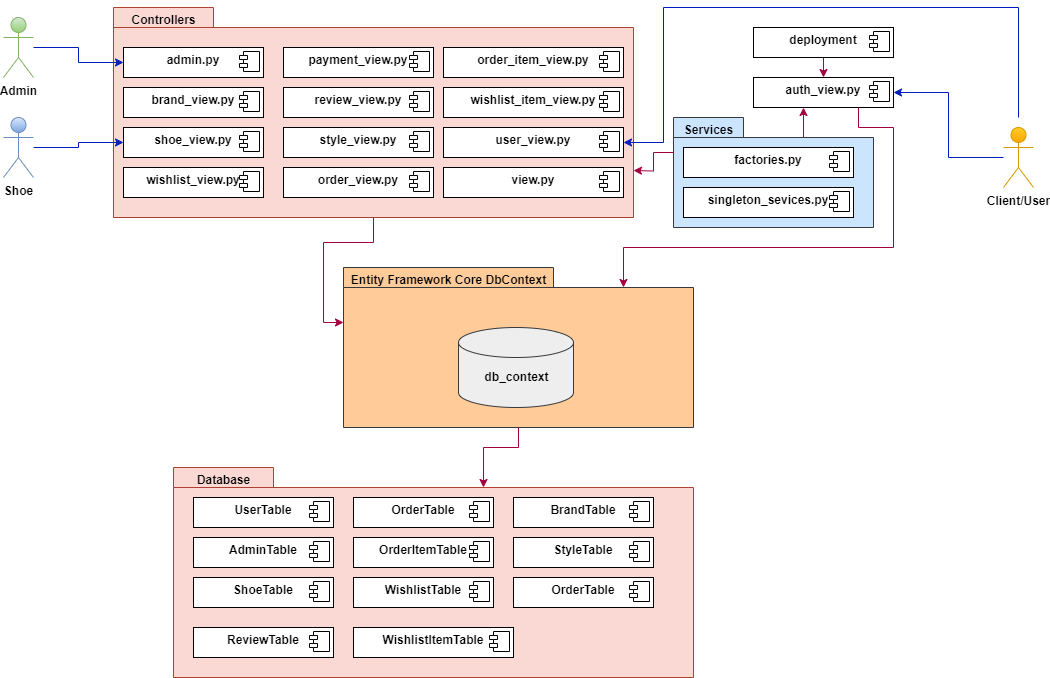
Above: Documentation/png/RuntimeComponents.drawio.png in AidAliu/LuxuryStep (draw.io), before the change. Source tidied: cells renumbered, new cells last; positions are measured from the earlier drawing's top-left corner, leaving out a move shared by most shapes.
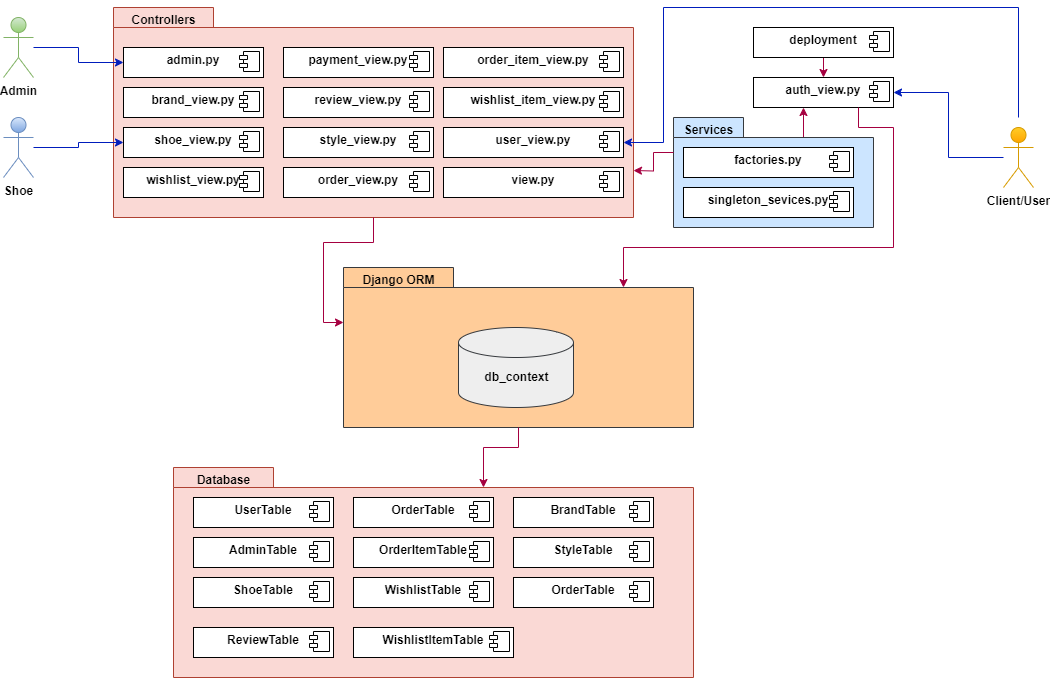
After the change.

Commit message:
architectural model rationale

Change to the diagram source:
```diff
@@ -157,7 +157,7 @@
         <mxPoint x="630" y="163" as="targetPoint" />
       </mxGeometry>
     </mxCell>
-    <mxCell id="40" style="shape=folder;fontStyle=1;spacingTop=10;tabWidth=210;tabHeight=20;tabPosition=left;html=1;whiteSpace=wrap;fillColor=#ffcc99;strokeColor=#36393d;" parent="1" vertex="1">
+    <mxCell id="40" style="shape=folder;fontStyle=1;spacingTop=10;tabWidth=110;tabHeight=20;tabPosition=left;html=1;whiteSpace=wrap;fillColor=#ffcc99;strokeColor=#36393d;" parent="1" vertex="1">
       <mxGeometry x="340" y="260" width="350" height="160" as="geometry" />
     </mxCell>
     <mxCell id="41" style="shape=cylinder3;whiteSpace=wrap;html=1;boundedLbl=1;backgroundOutline=1;size=15;fillColor=#eeeeee;strokeColor=#36393d;" parent="1" vertex="1">
@@ -276,8 +276,8 @@
         <mxPoint x="-24" y="4" as="offset" />
       </mxGeometry>
     </mxCell>
-    <mxCell id="70" value="Entity Framework Core DbContext" style="text;align=center;fontStyle=1;verticalAlign=middle;spacingLeft=3;spacingRight=3;strokeColor=none;html=1;" parent="1" vertex="1">
-      <mxGeometry x="410" y="260" width="70" height="26" as="geometry" />
+    <mxCell id="70" value="Django ORM" style="text;align=center;fontStyle=1;verticalAlign=middle;spacingLeft=3;spacingRight=3;strokeColor=none;html=1;" parent="1" vertex="1">
+      <mxGeometry x="360" y="260" width="70" height="26" as="geometry" />
     </mxCell>
     <mxCell id="71" value="Services" style="text;align=center;fontStyle=1;verticalAlign=middle;spacingLeft=3;spacingRight=3;strokeColor=none;html=1;" parent="1" vertex="1">
       <mxGeometry x="670" y="110" width="70" height="26" as="geometry" />
```
